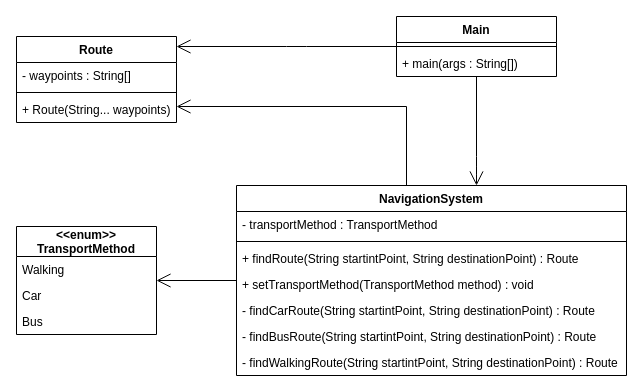
Earlier version of the draw.io diagram page "master" (1 of 2) of docs/CD.drawio (tboulund-sde/StrategyExample). Source tidied: cells renumbered, new cells numbered last; positions are measured from the earlier drawing's top-left corner, leaving out a move shared by most shapes. Both pictures are drawn from the tidied source at 100%, with x=0, y=0 at pixel (16, 16).
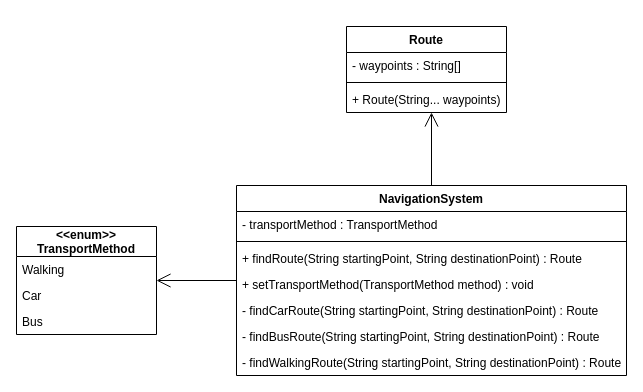
The same page after the edit.

Commit message:
Added solution to diagram

The change refers to these unchanged cells:
```xml
<mxCell id="2" value="NavigationSystem" style="swimlane;fontStyle=1;align=center;verticalAlign=top;horizontal=1;startSize=26;" parent="1" vertex="1">
  <mxGeometry x="220" y="169" width="390" height="190" as="geometry" />
</mxCell>
```

What changed in the source:
```diff
@@
-    <mxCell id="5" value="+ findRoute(String startintPoint, String destinationPoint) : Route" style="text;strokeColor=none;fillColor=none;align=left;verticalAlign=top;spacingLeft=4;spacingRight=4;overflow=hidden;" parent="2" vertex="1">
+    <mxCell id="5" value="+ findRoute(String startingPoint, String destinationPoint) : Route" style="text;strokeColor=none;fillColor=none;align=left;verticalAlign=top;spacingLeft=4;spacingRight=4;overflow=hidden;" parent="2" vertex="1">
       <mxGeometry y="60" width="390" height="26" as="geometry" />
     </mxCell>
@@
-    <mxCell id="7" value="- findCarRoute(String startintPoint, String destinationPoint) : Route" style="text;strokeColor=none;fillColor=none;align=left;verticalAlign=top;spacingLeft=4;spacingRight=4;overflow=hidden;" parent="2" vertex="1">
+    <mxCell id="7" value="- findCarRoute(String startingPoint, String destinationPoint) : Route" style="text;strokeColor=none;fillColor=none;align=left;verticalAlign=top;spacingLeft=4;spacingRight=4;overflow=hidden;" parent="2" vertex="1">
       <mxGeometry y="112" width="390" height="26" as="geometry" />
     </mxCell>
-    <mxCell id="8" value="- findBusRoute(String startintPoint, String destinationPoint) : Route" style="text;strokeColor=none;fillColor=none;align=left;verticalAlign=top;spacingLeft=4;spacingRight=4;overflow=hidden;" parent="2" vertex="1">
+    <mxCell id="8" value="- findBusRoute(String startingPoint, String destinationPoint) : Route" style="text;strokeColor=none;fillColor=none;align=left;verticalAlign=top;spacingLeft=4;spacingRight=4;overflow=hidden;" parent="2" vertex="1">
       <mxGeometry y="138" width="390" height="26" as="geometry" />
     </mxCell>
-    <mxCell id="9" value="- findWalkingRoute(String startintPoint, String destinationPoint) : Route" style="text;strokeColor=none;fillColor=none;align=left;verticalAlign=top;spacingLeft=4;spacingRight=4;overflow=hidden;" parent="2" vertex="1">
+    <mxCell id="9" value="- findWalkingRoute(String startingPoint, String destinationPoint) : Route" style="text;strokeColor=none;fillColor=none;align=left;verticalAlign=top;spacingLeft=4;spacingRight=4;overflow=hidden;" parent="2" vertex="1">
       <mxGeometry y="164" width="390" height="26" as="geometry" />
     </mxCell>
@@
+    <mxCell id="21" value="&lt;&lt;enum&gt;&gt;&#10;TransportMethod" style="swimlane;fontStyle=1;horizontal=1;startSize=30;fillColor=none;" parent="1" vertex="1">
+      <mxGeometry y="210" width="140" height="108" as="geometry" />
+    </mxCell>
+    <mxCell id="22" value="Walking" style="text;strokeColor=none;fillColor=none;align=left;verticalAlign=top;spacingLeft=4;spacingRight=4;overflow=hidden;" parent="21" vertex="1">
+      <mxGeometry y="30" width="140" height="26" as="geometry" />
+    </mxCell>
+    <mxCell id="23" value="Car" style="text;strokeColor=none;fillColor=none;align=left;verticalAlign=top;spacingLeft=4;spacingRight=4;overflow=hidden;" parent="21" vertex="1">
+      <mxGeometry y="56" width="140" height="26" as="geometry" />
+    </mxCell>
+    <mxCell id="24" value="Bus" style="text;strokeColor=none;fillColor=none;align=left;verticalAlign=top;spacingLeft=4;spacingRight=4;overflow=hidden;" parent="21" vertex="1">
+      <mxGeometry y="82" width="140" height="26" as="geometry" />
+    </mxCell>
     <mxCell id="12" value="Route" style="swimlane;fontStyle=1;align=center;verticalAlign=top;horizontal=1;startSize=26;" parent="1" vertex="1">
-      <mxGeometry y="20" width="160" height="86" as="geometry" />
+      <mxGeometry x="330" y="10" width="160" height="86" as="geometry" />
     </mxCell>
@@
-    <mxCell id="16" style="endArrow=open;endSize=12;html=1;edgeStyle=orthogonalEdgeStyle;" parent="1" edge="1" source="17" target="12">
-      <mxGeometry relative="1" as="geometry">
-        <Array as="points">
-          <mxPoint x="280" y="30" />
-          <mxPoint x="280" y="30" />
-        </Array>
-      </mxGeometry>
-    </mxCell>
-    <mxCell id="17" value="Main" style="swimlane;fontStyle=1;align=center;verticalAlign=top;horizontal=1;startSize=26;" parent="1" vertex="1">
-      <mxGeometry x="380" width="160" height="60" as="geometry" />
-    </mxCell>
-    <mxCell id="18" style="line;strokeWidth=1;fillColor=none;align=left;verticalAlign=middle;spacingTop=-1;spacingLeft=3;spacingRight=3;labelPosition=right;" parent="17" vertex="1">
-      <mxGeometry y="26" width="160" height="8" as="geometry" />
-    </mxCell>
-    <mxCell id="19" value="+ main(args : String[])" style="text;strokeColor=none;fillColor=none;align=left;verticalAlign=top;spacingLeft=4;spacingRight=4;overflow=hidden;" parent="17" vertex="1">
-      <mxGeometry y="34" width="160" height="26" as="geometry" />
-    </mxCell>
-    <mxCell id="20" style="endArrow=open;endSize=12;html=1;edgeStyle=orthogonalEdgeStyle;" parent="1" edge="1" source="17" target="2">
-      <mxGeometry relative="1" as="geometry">
-        <Array as="points">
-          <mxPoint x="460" y="150" />
-          <mxPoint x="460" y="150" />
-        </Array>
-      </mxGeometry>
-    </mxCell>
-    <mxCell id="21" value="&lt;&lt;enum&gt;&gt;&#10;TransportMethod" style="swimlane;fontStyle=1;horizontal=1;startSize=30;fillColor=none;" parent="1" vertex="1">
-      <mxGeometry y="210" width="140" height="108" as="geometry" />
-    </mxCell>
-    <mxCell id="22" value="Walking" style="text;strokeColor=none;fillColor=none;align=left;verticalAlign=top;spacingLeft=4;spacingRight=4;overflow=hidden;" parent="21" vertex="1">
-      <mxGeometry y="30" width="140" height="26" as="geometry" />
-    </mxCell>
-    <mxCell id="23" value="Car" style="text;strokeColor=none;fillColor=none;align=left;verticalAlign=top;spacingLeft=4;spacingRight=4;overflow=hidden;" parent="21" vertex="1">
-      <mxGeometry y="56" width="140" height="26" as="geometry" />
-    </mxCell>
-    <mxCell id="24" value="Bus" style="text;strokeColor=none;fillColor=none;align=left;verticalAlign=top;spacingLeft=4;spacingRight=4;overflow=hidden;" parent="21" vertex="1">
-      <mxGeometry y="82" width="140" height="26" as="geometry" />
-    </mxCell>
```
